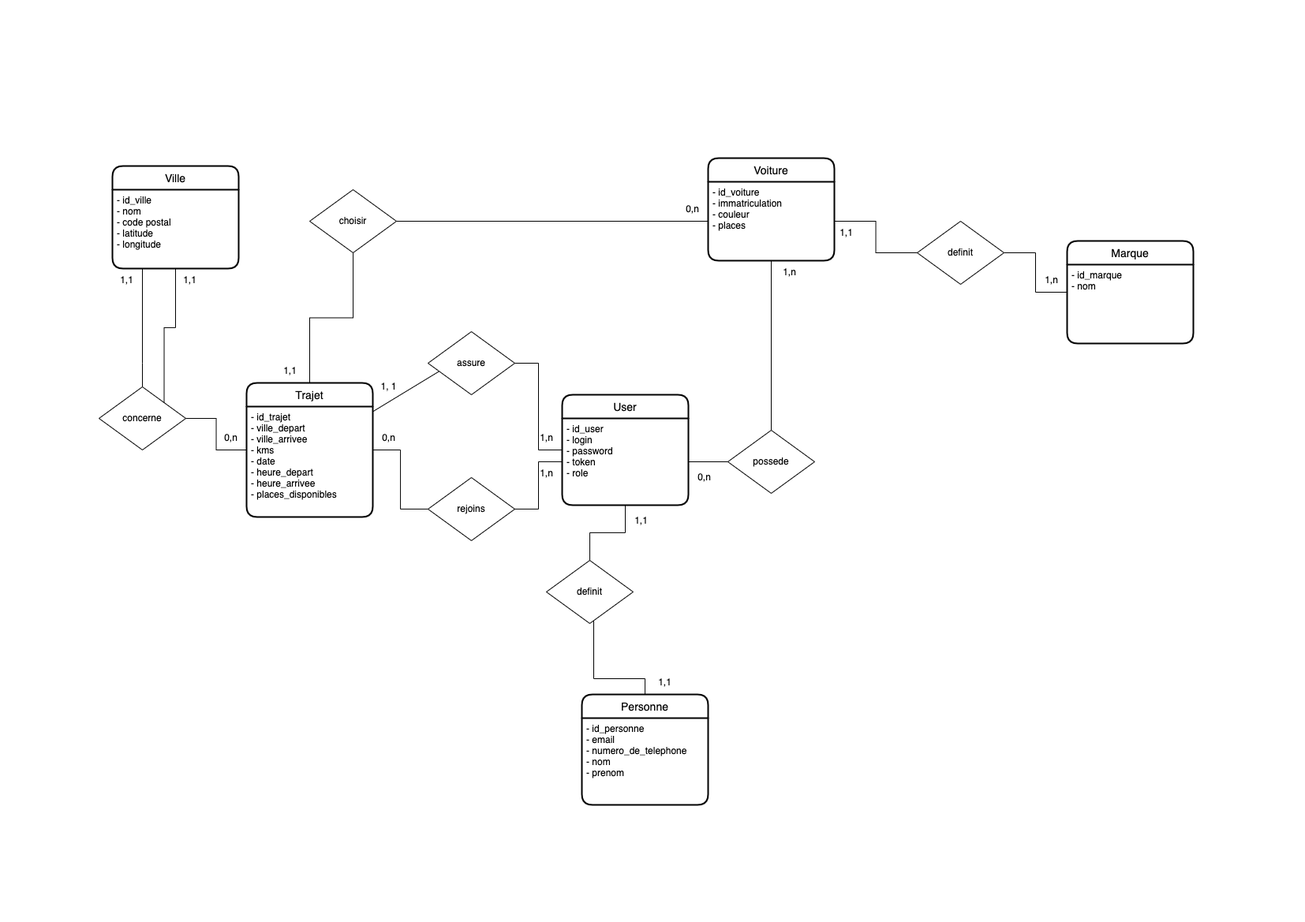
This is docs/db-schemas/MCD.png from cdbschr/soutenance-symfony, a draw.io export, as it was before one commit. Source tidied: cells renumbered, new cells last; positions are measured from the earlier drawing's top-left corner, leaving out a move shared by most shapes.
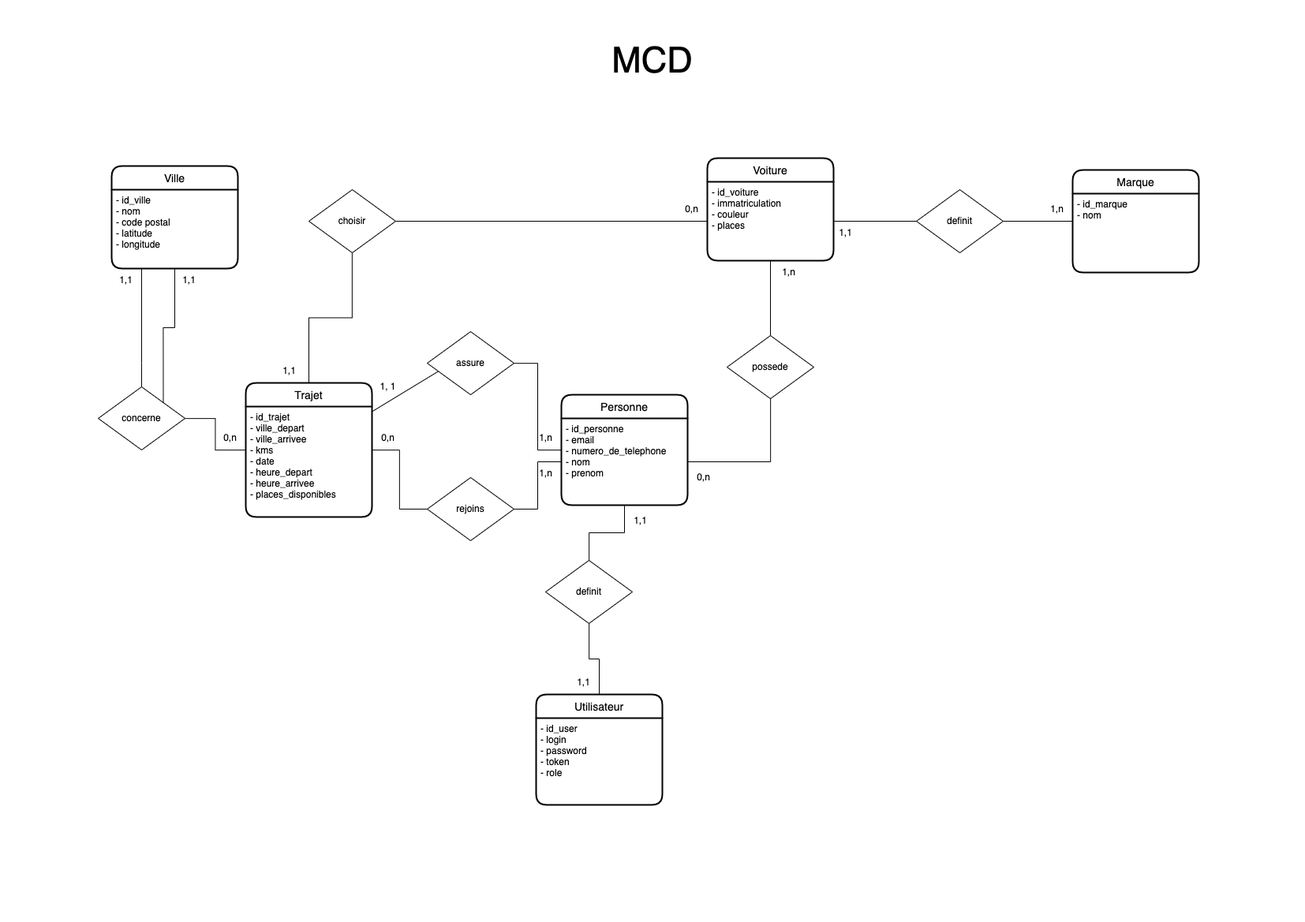
Later version of the same file.

Change to the diagram source:
```diff
@@ -2,10 +2,10 @@
   <root>
     <mxCell id="0" />
     <mxCell id="1" parent="0" />
-    <mxCell id="2" value="User" style="swimlane;horizontal=1;startSize=30;rounded=1;fontSize=14;fontStyle=0;strokeWidth=2;shadow=0;dashed=0;align=center;" parent="1" vertex="1">
+    <mxCell id="2" value="Personne" style="swimlane;horizontal=1;startSize=30;rounded=1;fontSize=14;fontStyle=0;strokeWidth=2;shadow=0;dashed=0;align=center;" parent="1" vertex="1">
       <mxGeometry x="587" y="300" width="160" height="140" as="geometry" />
     </mxCell>
-    <mxCell id="3" value="- id_user&#10;- login&#10;- password&#10;- token&#10;- role" style="align=left;strokeColor=none;fillColor=none;spacingLeft=4;fontSize=12;verticalAlign=top;" parent="2" vertex="1">
+    <mxCell id="3" value="- id_personne&#10;- email&#10;- numero_de_telephone&#10;- nom&#10;- prenom" style="align=left;strokeColor=none;fillColor=none;spacingLeft=4;fontSize=12;verticalAlign=top;" parent="2" vertex="1">
       <mxGeometry y="30" width="160" height="110" as="geometry" />
     </mxCell>
     <mxCell id="4" value="Voiture" style="swimlane;horizontal=1;startSize=30;rounded=1;fontSize=14;fontStyle=0;strokeWidth=2;shadow=0;dashed=0;align=center;" parent="1" vertex="1">
@@ -15,7 +15,7 @@
       <mxGeometry y="30" width="160" height="100" as="geometry" />
     </mxCell>
     <mxCell id="6" value="Marque" style="swimlane;horizontal=1;startSize=30;rounded=1;fontSize=14;fontStyle=0;strokeWidth=2;shadow=0;dashed=0;align=center;" parent="1" vertex="1">
-      <mxGeometry x="1227" y="105" width="160" height="130" as="geometry" />
+      <mxGeometry x="1235" y="15" width="160" height="130" as="geometry" />
     </mxCell>
     <mxCell id="7" value="- id_marque&#10;- nom&#10;" style="align=left;strokeColor=none;fillColor=none;spacingLeft=4;fontSize=12;verticalAlign=top;" parent="6" vertex="1">
       <mxGeometry y="30" width="160" height="100" as="geometry" />
@@ -42,7 +42,7 @@
       <mxGeometry relative="1" as="geometry" />
     </mxCell>
     <mxCell id="15" value="possede" style="rhombus;whiteSpace=wrap;html=1;" parent="1" vertex="1">
-      <mxGeometry x="797" y="345" width="110" height="80" as="geometry" />
+      <mxGeometry x="797" y="225" width="110" height="80" as="geometry" />
     </mxCell>
     <mxCell id="16" style="edgeStyle=orthogonalEdgeStyle;rounded=0;jettySize=auto;html=1;endArrow=none;endFill=0;" parent="1" edge="1" source="3" target="15">
       <mxGeometry relative="1" as="geometry" />
@@ -51,7 +51,7 @@
       <mxGeometry relative="1" as="geometry" />
     </mxCell>
     <mxCell id="18" value="definit" style="rhombus;whiteSpace=wrap;html=1;" parent="1" vertex="1">
-      <mxGeometry x="1037" y="80" width="110" height="80" as="geometry" />
+      <mxGeometry x="1037" y="40" width="110" height="80" as="geometry" />
     </mxCell>
     <mxCell id="19" style="edgeStyle=orthogonalEdgeStyle;rounded=0;jettySize=auto;html=1;endArrow=none;endFill=0;" parent="1" edge="1" source="5" target="18">
       <mxGeometry relative="1" as="geometry" />
@@ -72,7 +72,7 @@
       <mxGeometry x="927" y="80" width="40" height="30" as="geometry" />
     </mxCell>
     <mxCell id="25" value="1,n" style="text;html=1;align=center;verticalAlign=middle;strokeColor=none;fillColor=none;" parent="1" vertex="1">
-      <mxGeometry x="1187" y="140" width="40" height="30" as="geometry" />
+      <mxGeometry x="1195" y="50" width="40" height="30" as="geometry" />
     </mxCell>
     <mxCell id="26" value="Ville" style="swimlane;horizontal=1;startSize=30;rounded=1;fontSize=14;fontStyle=0;strokeWidth=2;shadow=0;dashed=0;align=center;" parent="1" vertex="1">
       <mxGeometry x="17" y="10" width="160" height="130" as="geometry" />
@@ -126,23 +126,18 @@
     <mxCell id="40" value="1,n" style="text;html=1;align=center;verticalAlign=middle;strokeColor=none;fillColor=none;" parent="1" vertex="1">
       <mxGeometry x="547" y="340" width="40" height="30" as="geometry" />
     </mxCell>
-    <mxCell id="41" value="Personne" style="swimlane;horizontal=1;startSize=30;rounded=1;fontSize=14;fontStyle=0;strokeWidth=2;shadow=0;dashed=0;align=center;" parent="1" vertex="1">
-      <mxGeometry x="612" y="680" width="160" height="140" as="geometry" />
+    <mxCell id="41" value="Utilisateur" style="swimlane;horizontal=1;startSize=30;rounded=1;fontSize=14;fontStyle=0;strokeWidth=2;shadow=0;dashed=0;align=center;" parent="1" vertex="1">
+      <mxGeometry x="555" y="680" width="160" height="140" as="geometry" />
     </mxCell>
-    <mxCell id="42" value="- id_personne&#10;- email&#10;- numero_de_telephone&#10;- nom&#10;- prenom" style="align=left;strokeColor=none;fillColor=none;spacingLeft=4;fontSize=12;verticalAlign=top;" parent="41" vertex="1">
+    <mxCell id="42" value="- id_user&#10;- login&#10;- password&#10;- token&#10;- role" style="align=left;strokeColor=none;fillColor=none;spacingLeft=4;fontSize=12;verticalAlign=top;" parent="41" vertex="1">
       <mxGeometry y="30" width="160" height="110" as="geometry" />
     </mxCell>
+    <mxCell id="44" style="edgeStyle=orthogonalEdgeStyle;rounded=0;jettySize=auto;html=1;endArrow=none;" parent="1" edge="1" source="3" target="45">
+      <mxGeometry relative="1" as="geometry" />
+    </mxCell>
-    <mxCell id="43" style="edgeStyle=orthogonalEdgeStyle;rounded=0;jettySize=auto;html=1;startArrow=none;endArrow=none;endFill=0;" parent="1" edge="1" source="45" target="41">
-      <mxGeometry relative="1" as="geometry">
-        <Array as="points">
-          <mxPoint x="627" y="660" />
-          <mxPoint x="692" y="660" />
-        </Array>
-      </mxGeometry>
+    <mxCell id="43" style="edgeStyle=orthogonalEdgeStyle;rounded=0;jettySize=auto;html=1;endArrow=none;endFill=0;" parent="1" edge="1" source="45" target="41">
+      <mxGeometry relative="1" as="geometry" />
     </mxCell>
-    <mxCell id="44" style="edgeStyle=orthogonalEdgeStyle;rounded=0;jettySize=auto;html=1;endArrow=none;" parent="1" edge="1" source="3" target="45">
-      <mxGeometry relative="1" as="geometry" />
-    </mxCell>
     <mxCell id="45" value="definit" style="rhombus;whiteSpace=wrap;html=1;" parent="1" vertex="1">
       <mxGeometry x="567" y="510" width="110" height="80" as="geometry" />
     </mxCell>
@@ -150,7 +145,7 @@
       <mxGeometry x="667" y="445" width="40" height="30" as="geometry" />
     </mxCell>
     <mxCell id="47" value="1,1" style="text;html=1;align=center;verticalAlign=middle;strokeColor=none;fillColor=none;" parent="1" vertex="1">
-      <mxGeometry x="697" y="650" width="40" height="30" as="geometry" />
+      <mxGeometry x="595" y="650" width="40" height="30" as="geometry" />
     </mxCell>
     <mxCell id="48" value="0,n" style="text;html=1;align=center;verticalAlign=middle;strokeColor=none;fillColor=none;" parent="1" vertex="1">
       <mxGeometry x="147" y="340" width="40" height="30" as="geometry" />
@@ -161,5 +156,8 @@
     <mxCell id="50" value="1,1" style="text;html=1;align=center;verticalAlign=middle;strokeColor=none;fillColor=none;" parent="1" vertex="1">
       <mxGeometry x="95" y="140" width="40" height="30" as="geometry" />
     </mxCell>
+    <mxCell id="51" value="&lt;font style=&quot;font-size: 45px;&quot;&gt;MCD&lt;/font&gt;" style="text;html=1;align=center;verticalAlign=middle;strokeColor=none;fillColor=none;" parent="1" vertex="1">
+      <mxGeometry x="637" y="-160" width="130" height="70" as="geometry" />
+    </mxCell>
   </root>
 </mxGraphModel>
```
